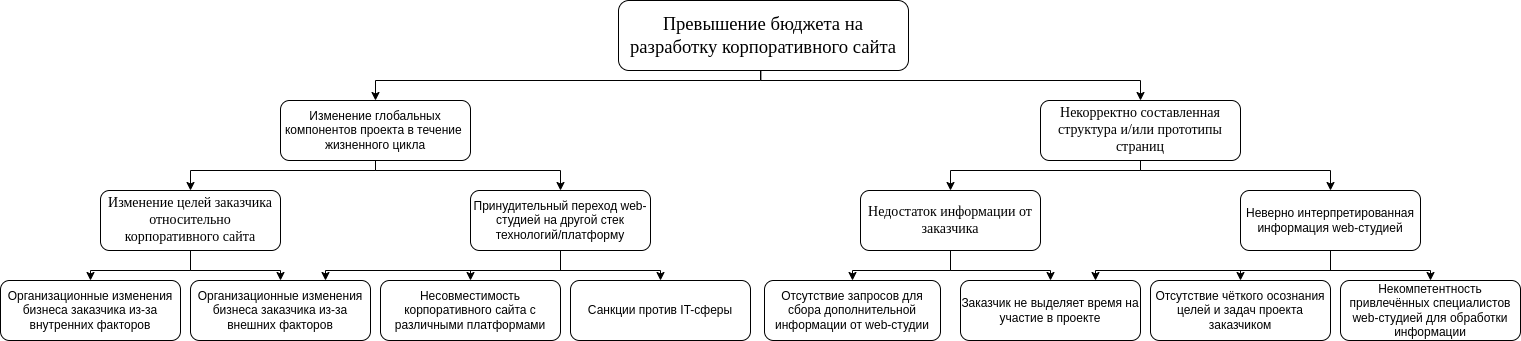
Before: 3 курс/5 семестр/ТСиСА/Курсовая/модели2ч-Дерево причин.drawio.png, a diagram exported from draw.io (Luzinsan/tusur). Source tidied: cells renumbered, new cells last; positions are measured from the earlier drawing's top-left corner, leaving out a move shared by most shapes.
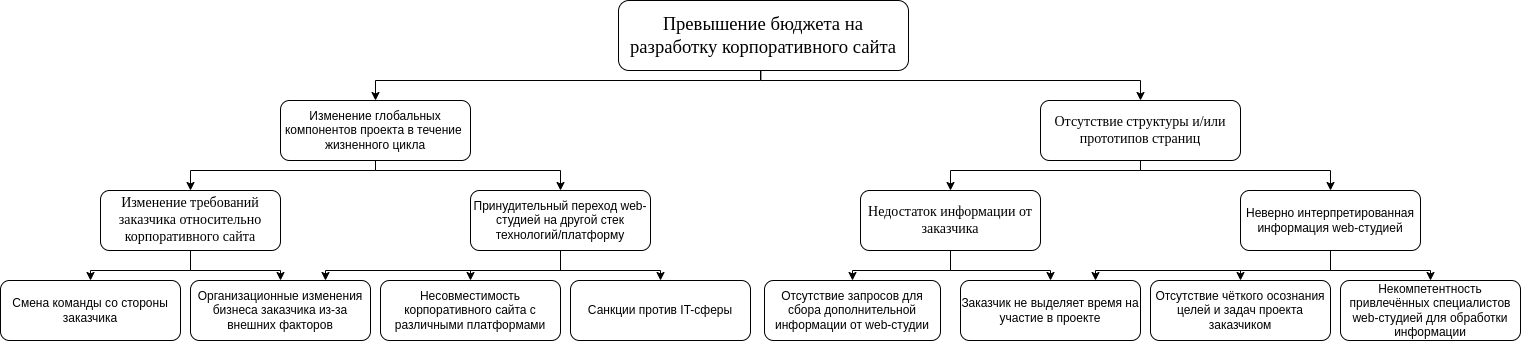
Above is the later version.

Commit message:
ТСиСА (Курсач) - дерево целей

The edit, as a diff of the source:
```diff
@@ -57,7 +57,7 @@
         </Array>
       </mxGeometry>
     </mxCell>
-    <mxCell id="10" value="Некорректно составленная структура и/или прототипы страниц" style="rounded=1;whiteSpace=wrap;html=1;fontFamily=Times New Roman;fontSize=14;" parent="1" vertex="1">
+    <mxCell id="10" value="Отсутствие структуры и/или прототипов страниц" style="rounded=1;whiteSpace=wrap;html=1;fontFamily=Times New Roman;fontSize=14;" parent="1" vertex="1">
       <mxGeometry x="1040" y="100" width="200" height="60" as="geometry" />
     </mxCell>
     <mxCell id="11" style="edgeStyle=orthogonalEdgeStyle;rounded=0;jettySize=auto;html=1;entryX=0.5;entryY=0;entryDx=0;entryDy=0;" parent="1" edge="1" source="13" target="25">
@@ -66,7 +66,7 @@
     <mxCell id="12" style="edgeStyle=orthogonalEdgeStyle;rounded=0;jettySize=auto;html=1;entryX=0.5;entryY=0;entryDx=0;entryDy=0;" parent="1" edge="1" source="13" target="26">
       <mxGeometry relative="1" as="geometry" />
     </mxCell>
-    <mxCell id="13" value="Изменение целей заказчика относительно корпоративного сайта" style="rounded=1;whiteSpace=wrap;html=1;fontFamily=Times New Roman;fontSize=14;" parent="1" vertex="1">
+    <mxCell id="13" value="Изменение требований заказчика относительно корпоративного сайта" style="rounded=1;whiteSpace=wrap;html=1;fontFamily=Times New Roman;fontSize=14;" parent="1" vertex="1">
       <mxGeometry x="100" y="190" width="180" height="60" as="geometry" />
     </mxCell>
     <mxCell id="14" style="edgeStyle=orthogonalEdgeStyle;rounded=0;jettySize=auto;html=1;entryX=0.5;entryY=0;entryDx=0;entryDy=0;" parent="1" edge="1" source="17" target="32">
@@ -117,7 +117,7 @@
     <mxCell id="24" value="Неверно интерпретированная информация web-студией" style="rounded=1;whiteSpace=wrap;html=1;" parent="1" vertex="1">
       <mxGeometry x="1240" y="190" width="180" height="60" as="geometry" />
     </mxCell>
-    <mxCell id="25" value="Организационные изменения бизнеса заказчика из-за внутренних факторов" style="rounded=1;whiteSpace=wrap;html=1;" parent="1" vertex="1">
+    <mxCell id="25" value="Смена команды со стороны заказчика" style="rounded=1;whiteSpace=wrap;html=1;" parent="1" vertex="1">
       <mxGeometry y="280" width="180" height="60" as="geometry" />
     </mxCell>
     <mxCell id="26" value="Организационные изменения бизнеса заказчика из-за внешних факторов" style="rounded=1;whiteSpace=wrap;html=1;" parent="1" vertex="1">
```
